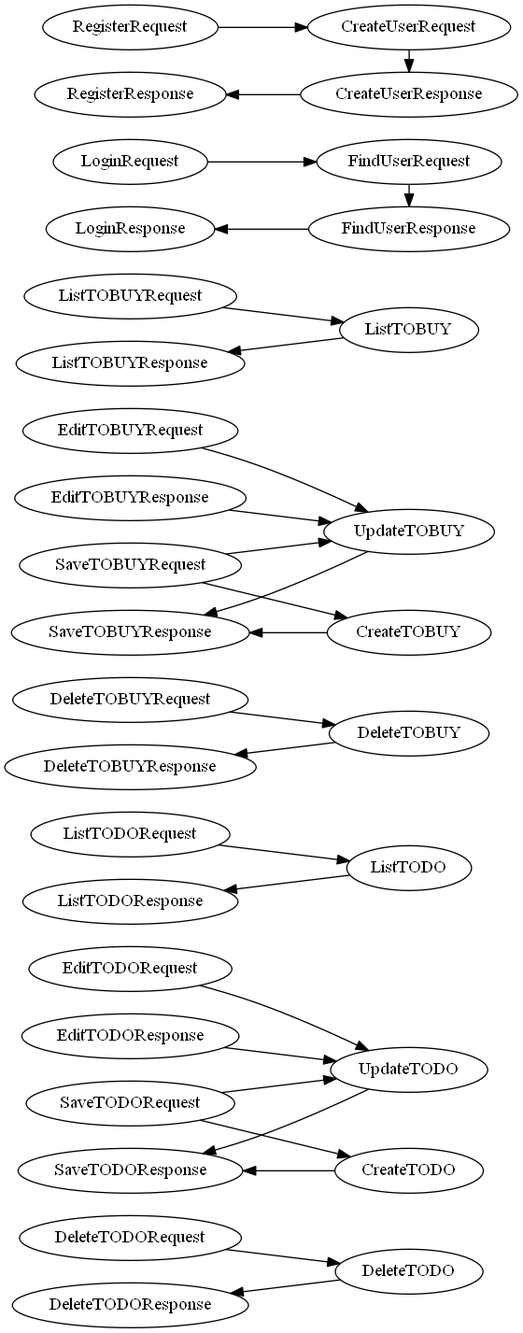
Earlier version of the Graphviz export DTO_routing.png (RouR/ToDo-ToBuy). Its source is kept beside it as DTO_routing.dot.
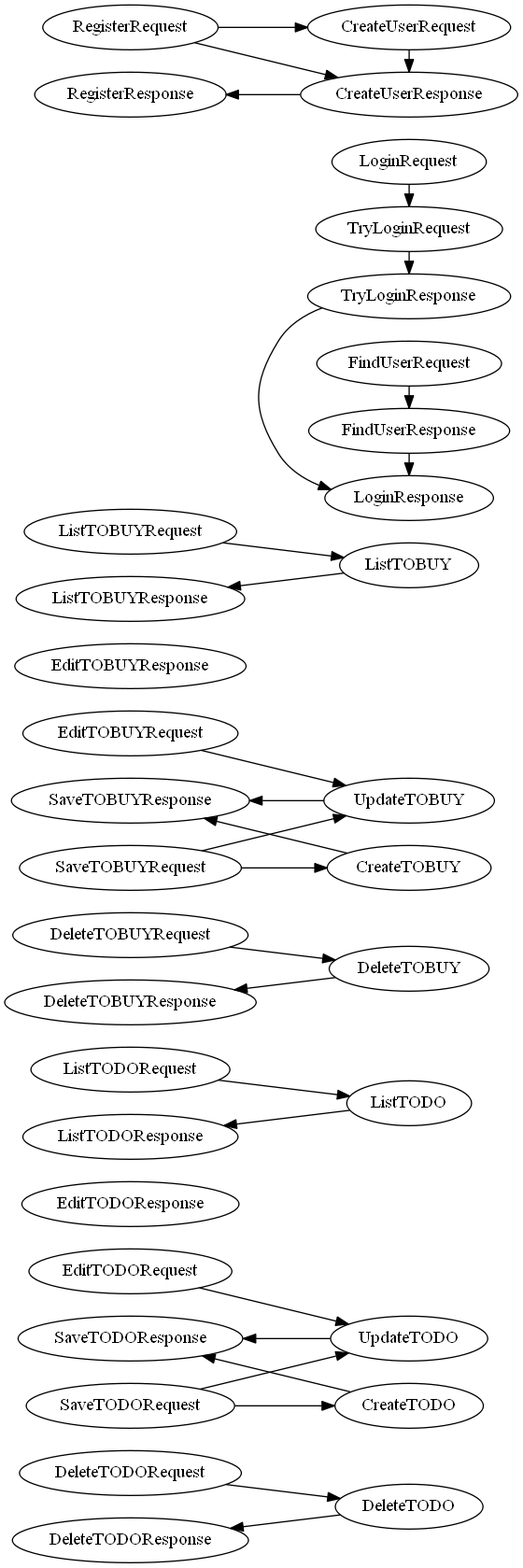
Above is the later version.

Diff of the diagram source:
```diff
@@ -144,13 +144,45 @@
 
 DTO_Internal_Account_FindUserResponse[label="FindUserResponse"];
 
+/* DTO.Internal.Account.TryLoginRequest */
+
+DTO_Internal_Account_TryLoginRequest[label="TryLoginRequest"];
+
+/* DTO.Internal.Account.TryLoginResponse */
+
+DTO_Internal_Account_TryLoginResponse[label="TryLoginResponse"];
 
 
 
 
 
 
-subgraph _86f6082fff874241a253cf041f40bc78 {
+
+subgraph c8b506e4f9c64d3d85a6d49877318467 {
+
+
+
+}
+
+
+
+
+
+
+
+subgraph _7b5b7b2be17849e3add1818e3d76e526 {
+
+
+
+}
+
+
+
+
+
+
+
+subgraph bbde6afa7b4646478b0ae0fc9b96bbcd {
 
 
 
@@ -166,7 +198,7 @@
 
 
 
-subgraph _369b4f2e6ad647e4a55d7e07accb6301 {
+subgraph _894869c31e7b45129414c661b474ed3e {
 
 
 
@@ -182,7 +214,7 @@
 
 
 
-subgraph _84ac44f4039e4079be473fa6e34e04a6 {
+subgraph ea37d64ccd7b479c890aca0610af6eee {
 
 
 
@@ -191,8 +223,6 @@
 DTO_Internal_TODO_CreateTODO -> DTO_Public_TODO_SaveTODOResponse[color="black"];
 
 DTO_Public_TODO_EditTODORequest -> DTO_Internal_TODO_UpdateTODO[color="black"];
-
-DTO_Public_TODO_EditTODOResponse -> DTO_Internal_TODO_UpdateTODO[color="black"];
 
 DTO_Public_TODO_SaveTODORequest -> DTO_Internal_TODO_UpdateTODO[color="black"];
 
@@ -206,7 +236,7 @@
 
 
 
-subgraph _7d6f5de5dd10488f91a2121e153176f2 {
+subgraph _623e078f0e08468fa71a4a952d49a56f {
 
 
 
@@ -222,7 +252,7 @@
 
 
 
-subgraph _0d3bfff81aba424bb7b32e0da9fa7d96 {
+subgraph _01245c972ca841ab9901b1103801012c {
 
 
 
@@ -238,7 +268,7 @@
 
 
 
-subgraph _9c5ecda99ef948e0abc029f08c144969 {
+subgraph fde424e1d2da440abf705f8b07cbd291 {
 
 
 
@@ -247,8 +277,6 @@
 DTO_Internal_TOBUY_CreateTOBUY -> DTO_Public_TOBUY_SaveTOBUYResponse[color="black"];
 
 DTO_Public_TOBUY_EditTOBUYRequest -> DTO_Internal_TOBUY_UpdateTOBUY[color="black"];
-
-DTO_Public_TOBUY_EditTOBUYResponse -> DTO_Internal_TOBUY_UpdateTOBUY[color="black"];
 
 DTO_Public_TOBUY_SaveTOBUYRequest -> DTO_Internal_TOBUY_UpdateTOBUY[color="black"];
 
@@ -262,11 +290,13 @@
 
 
 
-subgraph _923943bce10143ae92262fecd4101e86 {
+subgraph _4b09e5eb421346479d27a0d579ec0b34 {
 
 
 
 DTO_Public_Account_RegisterRequest -> DTO_Internal_Account_CreateUserRequest[color="black"];
+
+DTO_Public_Account_RegisterRequest -> DTO_Internal_Account_CreateUserResponse[color="black"];
 
 DTO_Internal_Account_CreateUserRequest -> DTO_Internal_Account_CreateUserResponse[color="black"];
 
@@ -280,28 +310,32 @@
 
 
 
-subgraph _7254a2a520ac491a86002dd154acc74e {
+subgraph _61891da6393d453aa6d9656c27d566b5 {
 
 
 
-DTO_Public_Account_LoginRequest -> DTO_Internal_Account_FindUserRequest[color="black"];
+DTO_Public_Account_LoginRequest -> DTO_Internal_Account_TryLoginRequest[color="black"];
 
 DTO_Internal_Account_FindUserRequest -> DTO_Internal_Account_FindUserResponse[color="black"];
 
 DTO_Internal_Account_FindUserResponse -> DTO_Public_Account_LoginResponse[color="black"];
+
+DTO_Internal_Account_TryLoginRequest -> DTO_Internal_Account_TryLoginResponse[color="black"];
+
+DTO_Internal_Account_TryLoginResponse -> DTO_Public_Account_LoginResponse[color="black"];
 
 }
 
 
 
 
-{/* ServiceName Web*/ rank=same;DTO_Public_TODO_DeleteTODORequest, DTO_Public_TODO_DeleteTODOResponse, DTO_Public_TODO_EditTODORequest, DTO_Public_TODO_EditTODOResponse, DTO_Public_TODO_ListTODORequest, DTO_Public_TODO_ListTODOResponse, DTO_Public_TODO_SaveTODORequest, DTO_Public_TODO_SaveTODOResponse, DTO_Public_TOBUY_DeleteTOBUYRequest, DTO_Public_TOBUY_DeleteTOBUYResponse, DTO_Public_TOBUY_EditTOBUYRequest, DTO_Public_TOBUY_EditTOBUYResponse, DTO_Public_TOBUY_ListTOBUYRequest, DTO_Public_TOBUY_ListTOBUYResponse, DTO_Public_TOBUY_SaveTOBUYRequest, DTO_Public_TOBUY_SaveTOBUYResponse, DTO_Public_Account_LoginRequest, DTO_Public_Account_LoginResponse, DTO_Public_Account_RegisterRequest, DTO_Public_Account_RegisterResponse}
+{/* ServiceName Web*/ rank=same;DTO_Public_TODO_DeleteTODORequest, DTO_Public_TODO_DeleteTODOResponse, DTO_Public_TODO_EditTODORequest, DTO_Public_TODO_EditTODOResponse, DTO_Public_TODO_ListTODORequest, DTO_Public_TODO_ListTODOResponse, DTO_Public_TODO_SaveTODORequest, DTO_Public_TODO_SaveTODOResponse, DTO_Public_TOBUY_DeleteTOBUYRequest, DTO_Public_TOBUY_DeleteTOBUYResponse, DTO_Public_TOBUY_EditTOBUYRequest, DTO_Public_TOBUY_EditTOBUYResponse, DTO_Public_TOBUY_ListTOBUYRequest, DTO_Public_TOBUY_ListTOBUYResponse, DTO_Public_TOBUY_SaveTOBUYRequest, DTO_Public_TOBUY_SaveTOBUYResponse, DTO_Public_Account_RegisterRequest, DTO_Public_Account_RegisterResponse}
 
-{/* ServiceName ToDoSrv*/ rank=same;DTO_Internal_TODO_CreateTODO, DTO_Internal_TODO_DeleteTODO, DTO_Internal_TODO_ListTODO, DTO_Internal_TODO_UpdateTODO}
+{/* ServiceName Account*/ rank=same;DTO_Public_Account_LoginRequest, DTO_Public_Account_LoginResponse, DTO_Internal_Account_CreateUserRequest, DTO_Internal_Account_CreateUserResponse, DTO_Internal_Account_FindUserRequest, DTO_Internal_Account_FindUserResponse, DTO_Internal_Account_TryLoginRequest, DTO_Internal_Account_TryLoginResponse}
 
-{/* ServiceName TOBUYSrv*/ rank=same;DTO_Internal_TOBUY_CreateTOBUY, DTO_Internal_TOBUY_DeleteTOBUY, DTO_Internal_TOBUY_ListTOBUY, DTO_Internal_TOBUY_UpdateTOBUY}
+{/* ServiceName ToDo*/ rank=same;DTO_Internal_TODO_CreateTODO, DTO_Internal_TODO_DeleteTODO, DTO_Internal_TODO_ListTODO, DTO_Internal_TODO_UpdateTODO}
 
-{/* ServiceName Account*/ rank=same;DTO_Internal_Account_CreateUserRequest, DTO_Internal_Account_CreateUserResponse, DTO_Internal_Account_FindUserRequest, DTO_Internal_Account_FindUserResponse}
+{/* ServiceName ToBuy*/ rank=same;DTO_Internal_TOBUY_CreateTOBUY, DTO_Internal_TOBUY_DeleteTOBUY, DTO_Internal_TOBUY_ListTOBUY, DTO_Internal_TOBUY_UpdateTOBUY}
 
 
 
```
